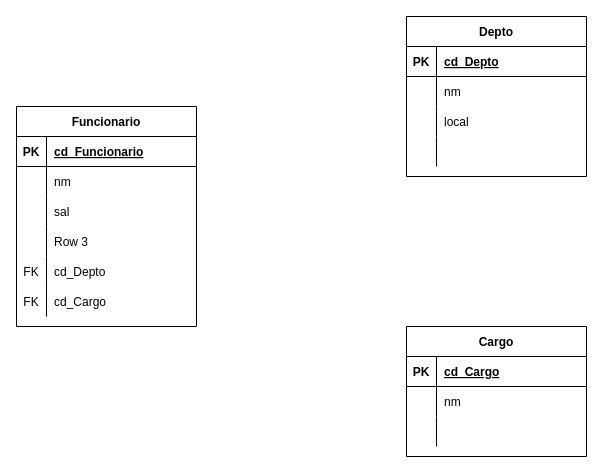
Above: Diagrama sem nome.drawio in Carolina-Silva/BD (draw.io), before the change. Source tidied: cells renumbered, new cells numbered last; positions are measured from the earlier drawing's top-left corner, leaving out a move shared by most shapes. Both pictures are drawn from the tidied source at 100%, with x=0, y=0 at pixel (16, 16).
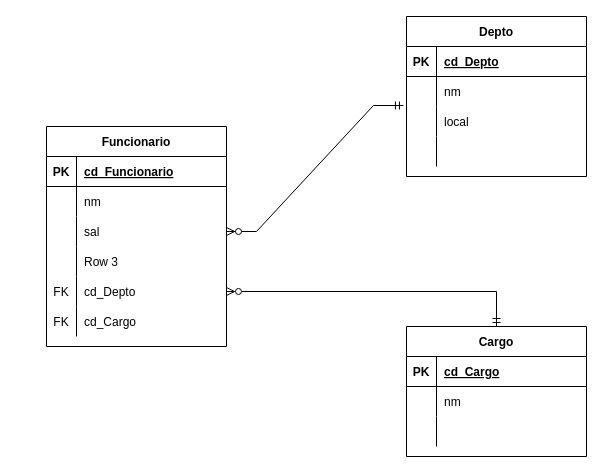
Above is the later version.

Unchanged cells that the change refers to:
```xml
<mxCell id="9" style="shape=tableRow;horizontal=0;startSize=0;swimlaneHead=0;swimlaneBody=0;fillColor=none;points=[[0,0.5],[1,0.5]];portConstraint=eastwest;top=0;left=0;right=0;bottom=0;" parent="2" vertex="1">
  <mxGeometry y="90" width="180" height="30" as="geometry" />
</mxCell>
<mxCell id="15" style="shape=tableRow;horizontal=0;startSize=0;swimlaneHead=0;swimlaneBody=0;fillColor=none;points=[[0,0.5],[1,0.5]];portConstraint=eastwest;top=0;left=0;right=0;bottom=0;" parent="2" vertex="1">
  <mxGeometry y="150" width="180" height="30" as="geometry" />
</mxCell>
<mxCell id="28" style="shape=tableRow;horizontal=0;startSize=0;swimlaneHead=0;swimlaneBody=0;fillColor=none;points=[[0,0.5],[1,0.5]];portConstraint=eastwest;top=0;left=0;right=0;bottom=0;" parent="21" vertex="1">
  <mxGeometry y="90" width="180" height="30" as="geometry" />
</mxCell>
<mxCell id="34" value="Cargo" style="shape=table;startSize=30;childLayout=tableLayout;rowLines=0;fontStyle=1;align=center;" parent="1" vertex="1">
  <mxGeometry x="390" y="310" width="180" height="130" as="geometry" />
</mxCell>
```

Change to the diagram source:
```diff
@@
     <mxCell id="2" value="Funcionario" style="shape=table;startSize=30;childLayout=tableLayout;rowLines=0;fontStyle=1;align=center;" parent="1" vertex="1">
-      <mxGeometry y="90" width="180" height="220" as="geometry" />
+      <mxGeometry x="30" y="110" width="180" height="220" as="geometry" />
     </mxCell>
@@
+    <mxCell id="44" style="edgeStyle=entityRelationEdgeStyle;fontSize=12;html=1;endArrow=ERzeroToMany;endFill=1;rounded=0;entryX=1;entryY=0.5;entryDx=0;entryDy=0;exitX=-0.017;exitY=-0.033;exitDx=0;exitDy=0;exitPerimeter=0;startArrow=ERmandOne;startFill=0;" parent="1" edge="1" source="28" target="9">
+      <mxGeometry relative="1" as="geometry" />
+    </mxCell>
+    <mxCell id="45" style="edgeStyle=orthogonalEdgeStyle;rounded=0;jettySize=auto;html=1;startArrow=ERzeroToMany;startFill=0;endArrow=ERmandOne;endFill=0;exitX=1;exitY=0.5;exitDx=0;exitDy=0;" parent="1" edge="1" source="15" target="34">
+      <mxGeometry relative="1" as="geometry" />
+    </mxCell>
```
